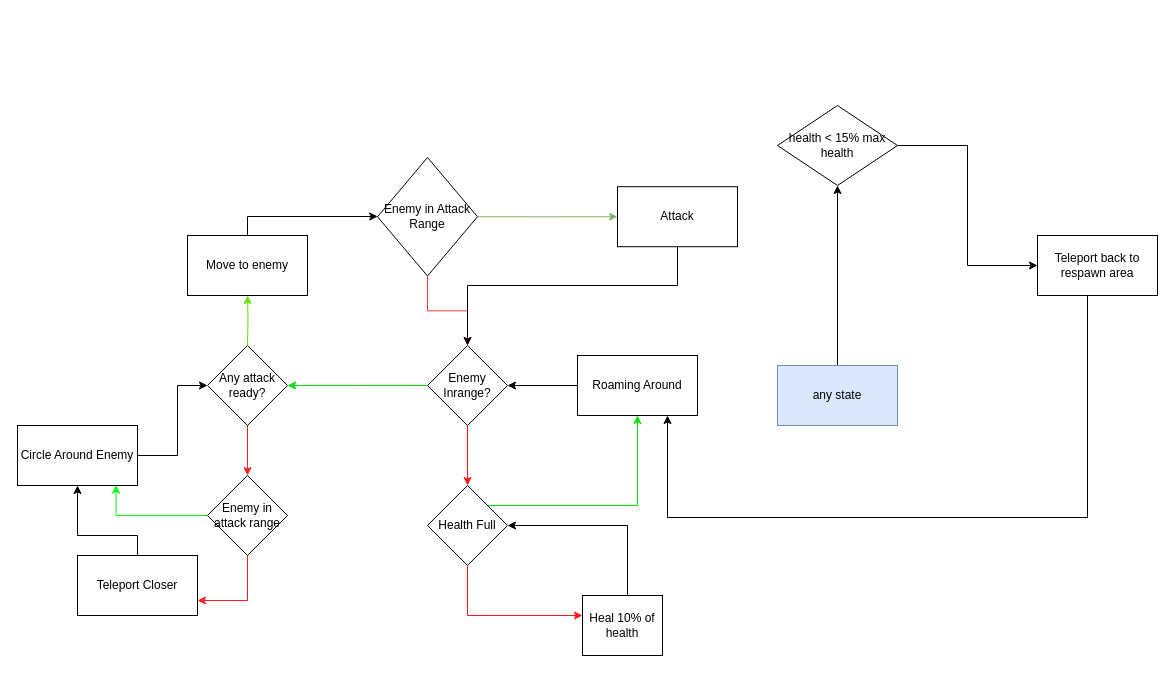
Before: Diagrams/EvilWizard.drawio in MikaelHans/Git_KB_UAS, a draw.io diagram. Source tidied: cells renumbered, new cells numbered last; positions are measured from the earlier drawing's top-left corner, leaving out a move shared by most shapes. Both pictures are drawn from the tidied source at 100%, with x=0, y=0 at pixel (17, 105).
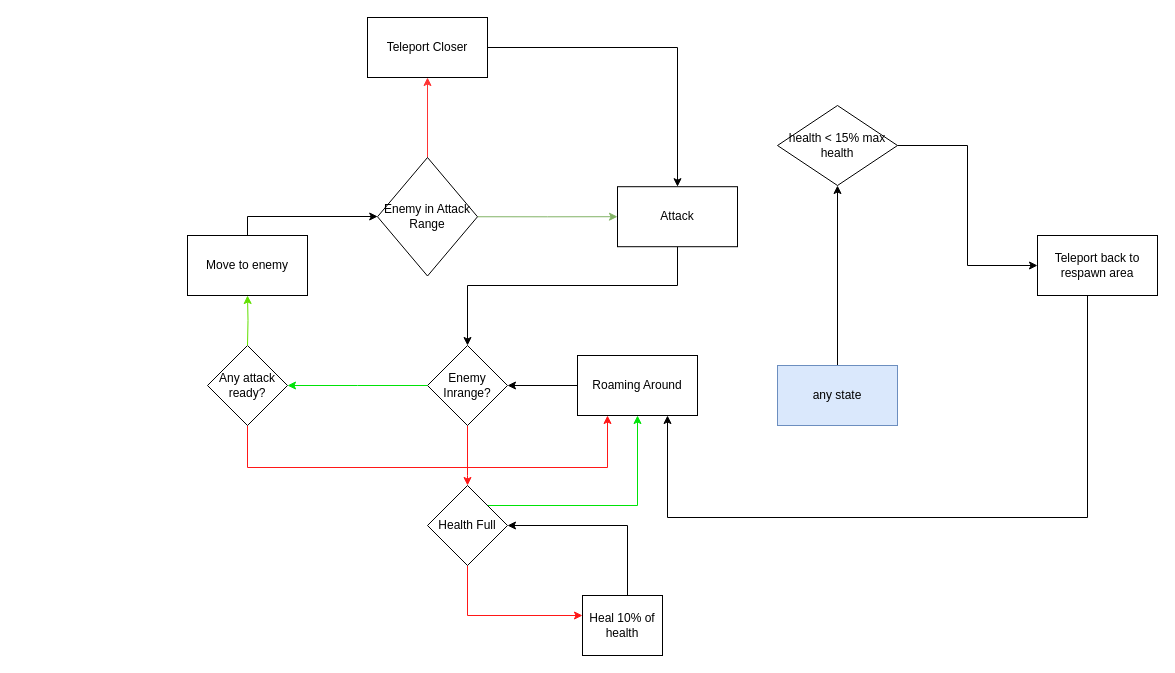
The same diagram, later.

The change refers to these unchanged cells:
```xml
<mxCell id="4" value="Roaming Around" style="rounded=0;whiteSpace=wrap;html=1;" parent="1" vertex="1">
  <mxGeometry x="560" y="250" width="120" height="60" as="geometry" />
</mxCell>
<mxCell id="6" value="Enemy Inrange?" style="rhombus;whiteSpace=wrap;html=1;" parent="1" vertex="1">
  <mxGeometry x="410" y="240" width="80" height="80" as="geometry" />
</mxCell>
<mxCell id="11" value="Any attack ready?" style="rhombus;whiteSpace=wrap;html=1;" parent="1" vertex="1">
  <mxGeometry x="190" y="240" width="80" height="80" as="geometry" />
</mxCell>
<mxCell id="16" value="Attack" style="rounded=0;whiteSpace=wrap;html=1;" parent="1" vertex="1">
  <mxGeometry x="600" y="81.2" width="120" height="60" as="geometry" />
</mxCell>
<mxCell id="18" value="Enemy in Attack Range" style="rhombus;whiteSpace=wrap;html=1;" parent="1" vertex="1">
  <mxGeometry x="360" y="52" width="100" height="118.5" as="geometry" />
</mxCell>
```

Change to the diagram source:
```diff
@@
-    <mxCell id="2" style="edgeStyle=orthogonalEdgeStyle;rounded=0;jettySize=auto;html=1;strokeColor=#FF3333;" parent="1" edge="1" source="18" target="6">
+    <mxCell id="2" style="edgeStyle=orthogonalEdgeStyle;rounded=0;jettySize=auto;html=1;strokeColor=#FF3333;" parent="1" edge="1" source="18" target="23">
       <mxGeometry relative="1" as="geometry" />
     </mxCell>
@@
-    <mxCell id="7" style="edgeStyle=orthogonalEdgeStyle;rounded=0;jettySize=auto;html=1;entryX=0;entryY=0.5;entryDx=0;entryDy=0;" parent="1" edge="1" source="8" target="11">
-      <mxGeometry relative="1" as="geometry">
-        <Array as="points">
-          <mxPoint x="160" y="280" />
-        </Array>
-      </mxGeometry>
-    </mxCell>
-    <mxCell id="8" value="Circle Around Enemy" style="rounded=0;whiteSpace=wrap;html=1;" parent="1" vertex="1">
-      <mxGeometry y="320" width="120" height="60" as="geometry" />
-    </mxCell>
@@
-    <mxCell id="10" style="edgeStyle=orthogonalEdgeStyle;rounded=0;jettySize=auto;html=1;strokeColor=#F72020;" parent="1" edge="1" source="11" target="20">
-      <mxGeometry relative="1" as="geometry" />
-    </mxCell>
+    <mxCell id="35" style="edgeStyle=orthogonalEdgeStyle;rounded=0;jettySize=auto;html=1;strokeColor=#FF1717;" parent="1" edge="1" source="11" target="4">
+      <mxGeometry relative="1" as="geometry">
+        <Array as="points">
+          <mxPoint x="230" y="362" />
+          <mxPoint x="590" y="362" />
+        </Array>
+      </mxGeometry>
+    </mxCell>
@@
-    <mxCell id="19" style="edgeStyle=orthogonalEdgeStyle;rounded=0;jettySize=auto;html=1;entryX=0.822;entryY=0.994;entryDx=0;entryDy=0;entryPerimeter=0;strokeColor=#05F715;exitX=0;exitY=0.5;exitDx=0;exitDy=0;" parent="1" edge="1" source="20" target="8">
-      <mxGeometry relative="1" as="geometry">
-        <Array as="points">
-          <mxPoint x="99" y="410" />
-        </Array>
-      </mxGeometry>
-    </mxCell>
-    <mxCell id="20" value="Enemy in attack range" style="rhombus;whiteSpace=wrap;html=1;" parent="1" vertex="1">
-      <mxGeometry x="190" y="370" width="80" height="80" as="geometry" />
-    </mxCell>
-    <mxCell id="21" style="edgeStyle=orthogonalEdgeStyle;rounded=0;jettySize=auto;html=1;strokeColor=#F72020;entryX=1;entryY=0.75;entryDx=0;entryDy=0;exitX=0.5;exitY=1;exitDx=0;exitDy=0;" parent="1" edge="1" source="20" target="23">
-      <mxGeometry relative="1" as="geometry" />
-    </mxCell>
-    <mxCell id="22" style="edgeStyle=orthogonalEdgeStyle;rounded=0;jettySize=auto;html=1;" parent="1" edge="1" source="23" target="8">
-      <mxGeometry relative="1" as="geometry">
-        <Array as="points">
-          <mxPoint x="120" y="430" />
-          <mxPoint x="60" y="430" />
-        </Array>
-      </mxGeometry>
-    </mxCell>
+    <mxCell id="36" style="edgeStyle=orthogonalEdgeStyle;rounded=0;jettySize=auto;html=1;" parent="1" edge="1" source="23" target="16">
+      <mxGeometry relative="1" as="geometry" />
+    </mxCell>
     <mxCell id="23" value="Teleport Closer" style="rounded=0;whiteSpace=wrap;html=1;" parent="1" vertex="1">
-      <mxGeometry x="60" y="450" width="120" height="60" as="geometry" />
+      <mxGeometry x="350" y="-88" width="120" height="60" as="geometry" />
     </mxCell>
```
